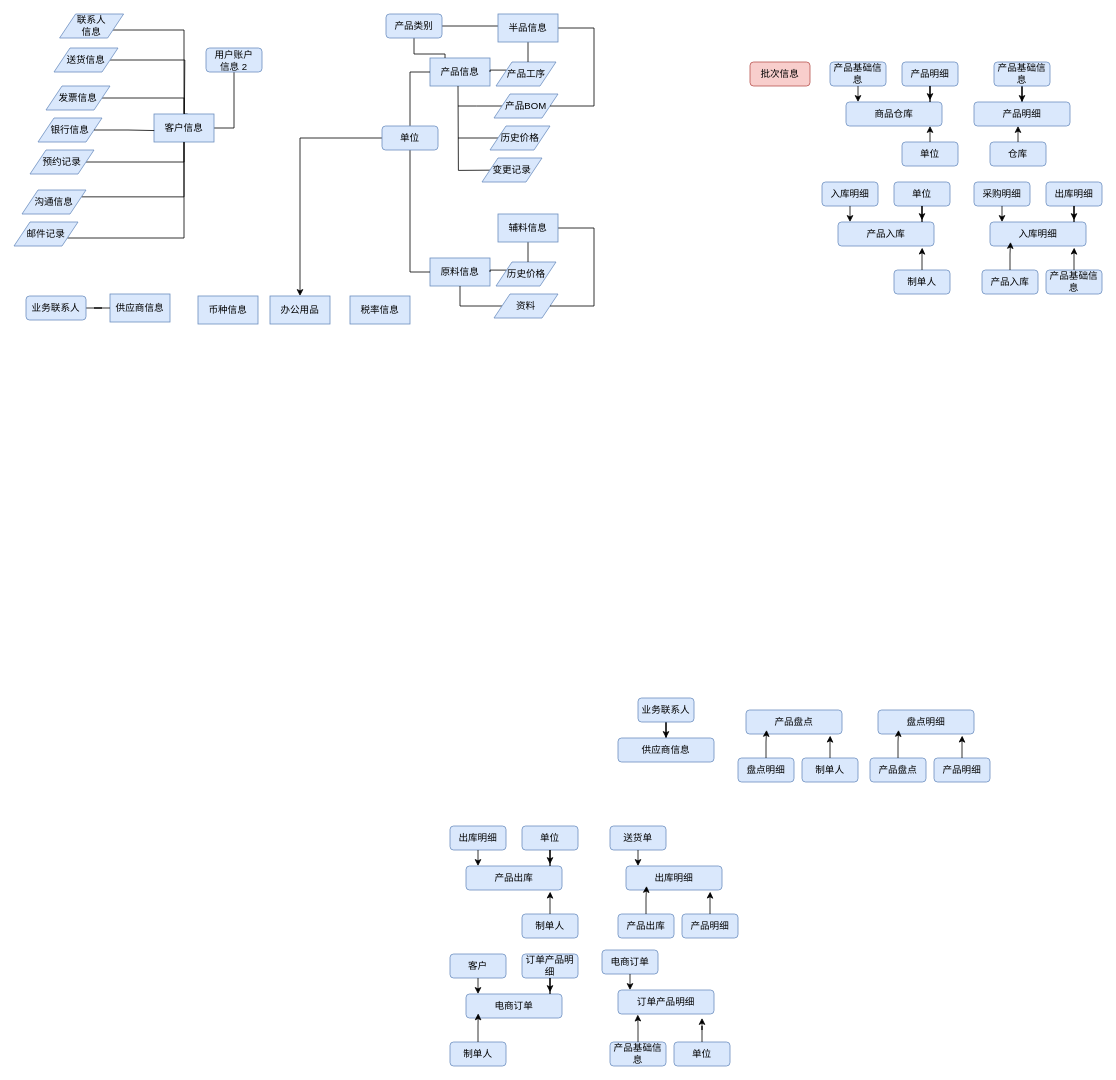
This is ERDiagram.drawio from sbosleo/sbosmobile, a draw.io file, before an edit. Source tidied: cells renumbered, new cells numbered last; positions are measured from the earlier drawing's top-left corner, leaving out a move shared by most shapes. Both pictures are drawn from the tidied source at 80%, with x=0, y=0 at pixel (14, 14).
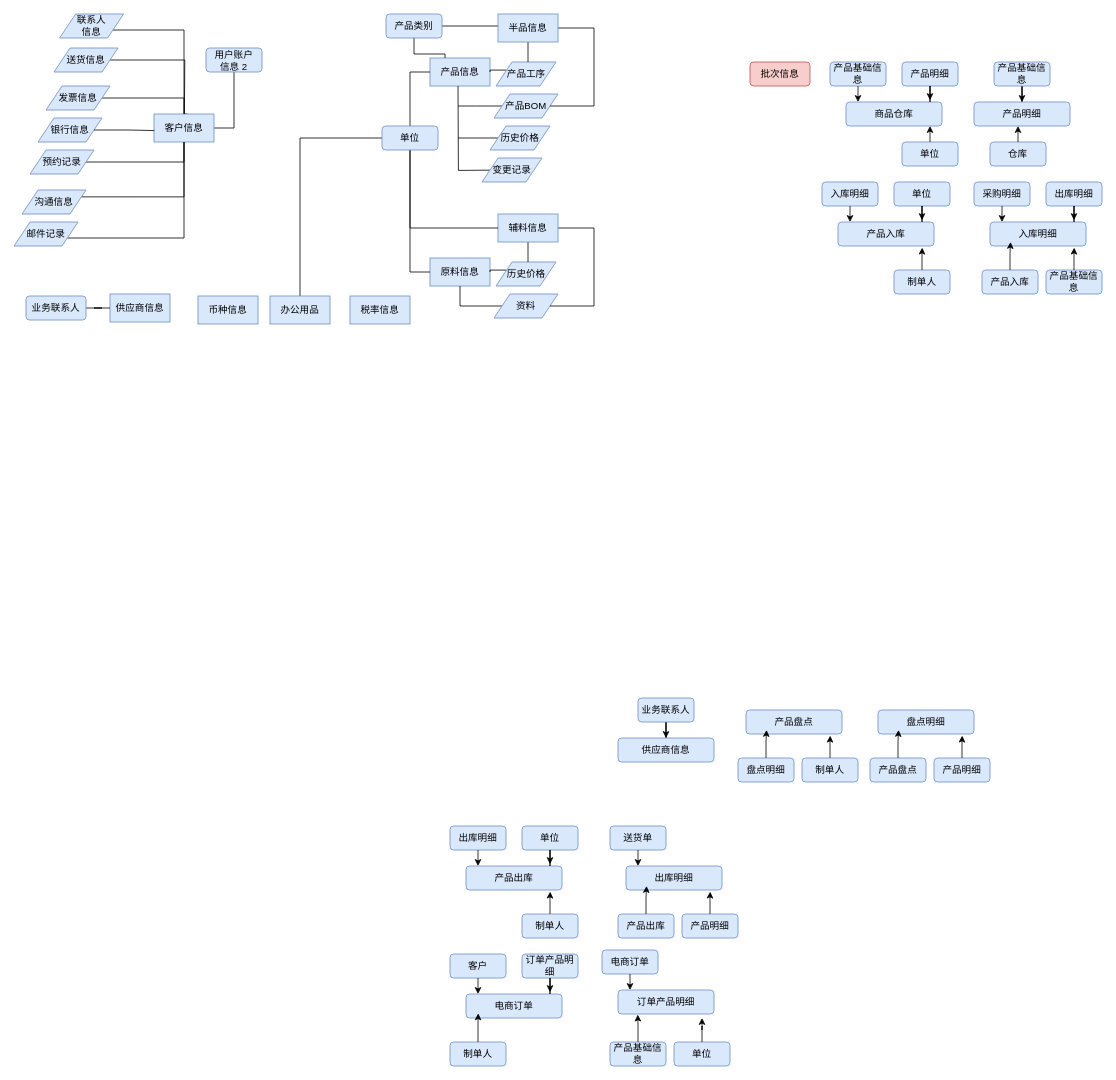
Above is the later version.

Unchanged cells that the change refers to:
```xml
<mxCell id="94" value="辅料信息" style="rounded=0;whiteSpace=wrap;html=1;fillColor=#dae8fc;strokeColor=#6c8ebf;" parent="1" vertex="1">
  <mxGeometry x="605" y="250" width="75" height="35" as="geometry" />
</mxCell>
<mxCell id="98" value="单位" style="rounded=1;whiteSpace=wrap;html=1;fillColor=#dae8fc;strokeColor=#6c8ebf;" parent="1" vertex="1">
  <mxGeometry x="460" y="140" width="70" height="30" as="geometry" />
</mxCell>
<mxCell id="120" value="办公用品" style="rounded=0;whiteSpace=wrap;html=1;fillColor=#dae8fc;strokeColor=#6c8ebf;" parent="1" vertex="1">
  <mxGeometry x="320" y="352.5" width="75" height="35" as="geometry" />
</mxCell>
```

The edit, as a diff of the source:
```diff
@@
-    <mxCell id="97" style="edgeStyle=orthogonalEdgeStyle;rounded=0;jettySize=auto;html=1;entryX=0.5;entryY=0;entryDx=0;entryDy=0;" parent="1" edge="1" source="98" target="120">
+    <mxCell id="97" style="edgeStyle=orthogonalEdgeStyle;rounded=0;jettySize=auto;html=1;entryX=0.5;entryY=0;entryDx=0;entryDy=0;endArrow=none;endFill=0;" parent="1" edge="1" source="98" target="120">
       <mxGeometry relative="1" as="geometry" />
     </mxCell>
+    <mxCell id="123" style="edgeStyle=orthogonalEdgeStyle;rounded=0;jettySize=auto;html=1;exitX=0.5;exitY=1;exitDx=0;exitDy=0;entryX=0;entryY=0.5;entryDx=0;entryDy=0;endArrow=none;endFill=0;" parent="1" edge="1" source="98" target="94">
+      <mxGeometry relative="1" as="geometry" />
+    </mxCell>
```
